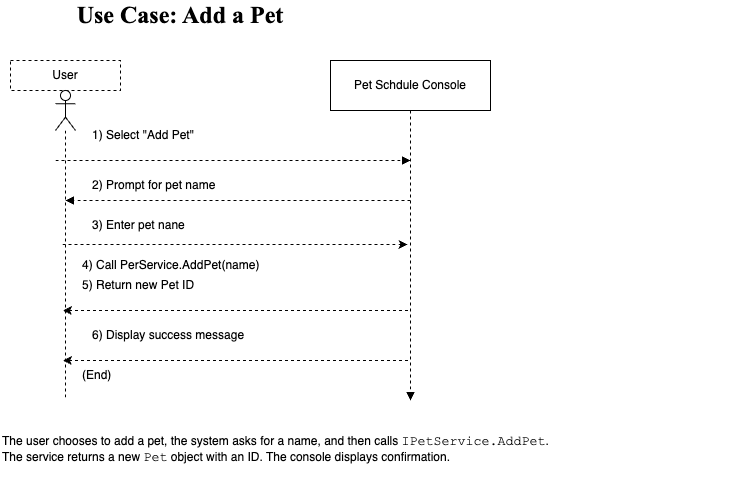
This is Add Pet Use Case.png from bromroy/CS690-PetSchedule.App, a draw.io export, as it was before one commit. Source tidied: cells renumbered, new cells last; positions are measured from the earlier drawing's top-left corner, leaving out a move shared by most shapes. Source of this version:
```xml
<mxGraphModel>
  <root>
    <mxCell id="0" />
    <mxCell id="1" parent="0" />
    <mxCell id="2" value="User" style="html=1;whiteSpace=wrap;dashed=1;" parent="1" vertex="1">
      <mxGeometry x="10" y="60" width="110" height="30" as="geometry" />
    </mxCell>
    <mxCell id="3" style="shape=umlLifeline;perimeter=lifelinePerimeter;whiteSpace=wrap;html=1;newEdgeStyle={&quot;curved&quot;:0,&quot;rounded&quot;:0};participant=umlActor;" parent="1" vertex="1">
      <mxGeometry x="55" y="90" width="20" height="310" as="geometry" />
    </mxCell>
    <mxCell id="4" value="Pet Schdule Console" style="html=1;whiteSpace=wrap;" parent="1" vertex="1">
      <mxGeometry x="330" y="60" width="160" height="50" as="geometry" />
    </mxCell>
    <mxCell id="5" style="html=1;verticalAlign=bottom;labelBackgroundColor=none;endArrow=block;endFill=1;dashed=1;exitX=0.5;exitY=1;exitDx=0;exitDy=0;" parent="1" edge="1" source="4">
      <mxGeometry relative="1" as="geometry">
        <mxPoint x="410" y="400" as="targetPoint" />
      </mxGeometry>
    </mxCell>
    <mxCell id="6" style="html=1;verticalAlign=bottom;labelBackgroundColor=none;endArrow=block;endFill=1;dashed=1;" parent="1" edge="1">
      <mxGeometry relative="1" as="geometry">
        <mxPoint x="55" y="160" as="sourcePoint" />
        <mxPoint x="410" y="160" as="targetPoint" />
      </mxGeometry>
    </mxCell>
    <mxCell id="7" value="1) Select &quot;Add Pet&quot;" style="text;strokeColor=none;align=left;fillColor=none;html=1;verticalAlign=middle;whiteSpace=wrap;rounded=0;" parent="1" vertex="1">
      <mxGeometry x="90" y="120" width="170" height="30" as="geometry" />
    </mxCell>
    <mxCell id="8" style="html=1;verticalAlign=bottom;labelBackgroundColor=none;endArrow=block;endFill=1;dashed=1;" parent="1" edge="1">
      <mxGeometry relative="1" as="geometry">
        <mxPoint x="410" y="200" as="sourcePoint" />
        <mxPoint x="65" y="200" as="targetPoint" />
      </mxGeometry>
    </mxCell>
    <mxCell id="9" value="2) Prompt for pet name" style="text;strokeColor=none;align=left;fillColor=none;html=1;verticalAlign=middle;whiteSpace=wrap;rounded=0;" parent="1" vertex="1">
      <mxGeometry x="90" y="170" width="170" height="30" as="geometry" />
    </mxCell>
    <mxCell id="10" value="&lt;p style=&quot;margin: 0in; font-size: 12pt; font-family: &amp;quot;Times New Roman&amp;quot;, serif; color: rgb(0, 0, 0); text-align: start;&quot; class=&quot;MsoNormal&quot;&gt;&lt;b&gt;&lt;span style=&quot;font-size: 18pt;&quot;&gt;Use Case: Add a Pet&lt;/span&gt;&lt;/b&gt;&lt;/p&gt;" style="text;strokeColor=none;align=center;fillColor=none;html=1;verticalAlign=middle;whiteSpace=wrap;rounded=0;dashed=1;dashPattern=1 1;" parent="1" vertex="1">
      <mxGeometry x="70" width="220" height="30" as="geometry" />
    </mxCell>
    <mxCell id="11" value="3) Enter pet nane" style="text;strokeColor=none;align=left;fillColor=none;html=1;verticalAlign=middle;whiteSpace=wrap;rounded=0;" parent="1" vertex="1">
      <mxGeometry x="90" y="210" width="170" height="30" as="geometry" />
    </mxCell>
    <mxCell id="12" style="html=1;verticalAlign=bottom;labelBackgroundColor=none;endArrow=classic;endFill=1;dashed=1;" parent="1" edge="1">
      <mxGeometry relative="1" as="geometry">
        <mxPoint x="62" y="244" as="sourcePoint" />
        <mxPoint x="407" y="244" as="targetPoint" />
      </mxGeometry>
    </mxCell>
    <mxCell id="13" value="4) Call PerService.AddPet(name)" style="text;strokeColor=none;align=left;fillColor=none;html=1;verticalAlign=middle;whiteSpace=wrap;rounded=0;" parent="1" vertex="1">
      <mxGeometry x="80" y="250" width="310" height="30" as="geometry" />
    </mxCell>
    <mxCell id="14" style="html=1;verticalAlign=bottom;labelBackgroundColor=none;endArrow=classic;endFill=1;dashed=1;" parent="1" edge="1">
      <mxGeometry relative="1" as="geometry">
        <mxPoint x="407.5" y="310" as="sourcePoint" />
        <mxPoint x="62.5" y="310" as="targetPoint" />
      </mxGeometry>
    </mxCell>
    <mxCell id="15" value="5) Return new Pet ID" style="text;strokeColor=none;align=left;fillColor=none;html=1;verticalAlign=middle;whiteSpace=wrap;rounded=0;" parent="1" vertex="1">
      <mxGeometry x="80" y="270" width="310" height="30" as="geometry" />
    </mxCell>
    <mxCell id="16" value="6) Display success message" style="text;strokeColor=none;align=left;fillColor=none;html=1;verticalAlign=middle;whiteSpace=wrap;rounded=0;" parent="1" vertex="1">
      <mxGeometry x="90" y="320" width="310" height="30" as="geometry" />
    </mxCell>
    <mxCell id="17" style="html=1;verticalAlign=bottom;labelBackgroundColor=none;endArrow=classic;endFill=1;dashed=1;" parent="1" edge="1">
      <mxGeometry relative="1" as="geometry">
        <mxPoint x="407.5" y="360" as="sourcePoint" />
        <mxPoint x="62.5" y="360" as="targetPoint" />
      </mxGeometry>
    </mxCell>
    <mxCell id="18" value="(End)" style="text;strokeColor=none;align=left;fillColor=none;html=1;verticalAlign=middle;whiteSpace=wrap;rounded=0;" parent="1" vertex="1">
      <mxGeometry x="80" y="360" width="310" height="30" as="geometry" />
    </mxCell>
    <mxCell id="19" value="&lt;p class=&quot;MsoNormal&quot; style=&quot;mso-margin-top-alt:auto;mso-margin-bottom-alt:auto&quot;&gt;The user chooses to add a pet, the system asks for a name, and then calls&amp;nbsp;&lt;span style=&quot;font-size:10.0pt;font-family:&amp;quot;Courier New&amp;quot;&quot;&gt;IPetService.AddPet&lt;/span&gt;.&lt;br&gt;The service returns a new&amp;nbsp;&lt;span style=&quot;font-size:10.0pt;font-family:&amp;quot;Courier New&amp;quot;&quot;&gt;Pet&lt;/span&gt;&amp;nbsp;object with an ID. The console displays confirmation.&lt;/p&gt;" style="text;whiteSpace=wrap;html=1;" parent="1" vertex="1">
      <mxGeometry y="415" width="740" height="70" as="geometry" />
    </mxCell>
  </root>
</mxGraphModel>
```
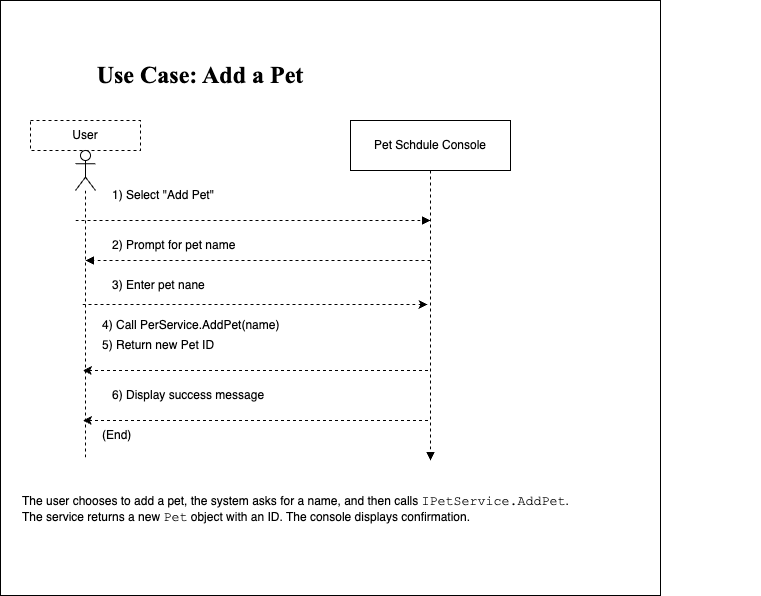
The same file after the commit.

What changed in the source:
```diff
@@ -2,6 +2,9 @@
   <root>
     <mxCell id="0" />
     <mxCell id="1" parent="0" />
+    <mxCell id="20" style="rounded=0;whiteSpace=wrap;html=1;shadow=0;" parent="1" vertex="1">
+      <mxGeometry x="-20" y="-60" width="660" height="595" as="geometry" />
+    </mxCell>
     <mxCell id="2" value="User" style="html=1;whiteSpace=wrap;dashed=1;" parent="1" vertex="1">
       <mxGeometry x="10" y="60" width="110" height="30" as="geometry" />
     </mxCell>
```
